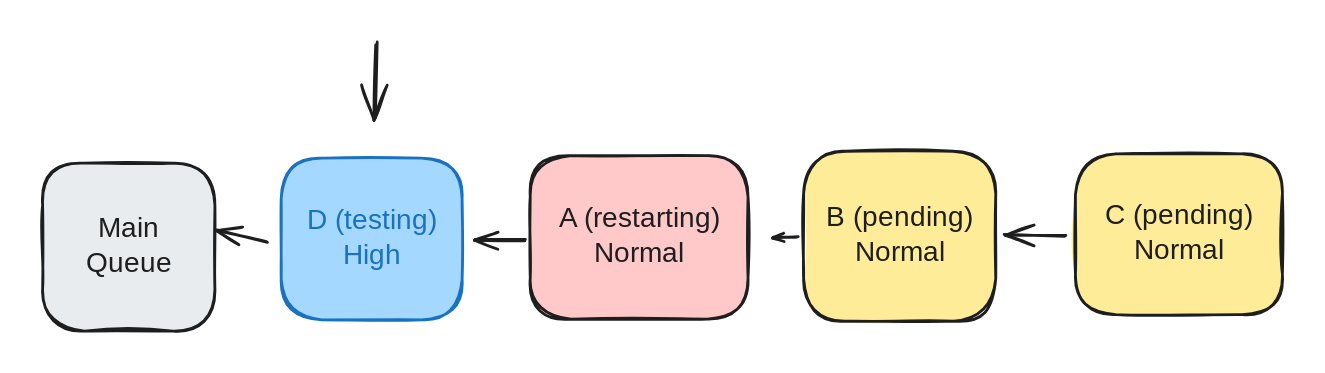
trunk-io/docs keeps this Excalidraw diagram as .gitbook/assets/file.excalidraw (2).svg. Above is the earlier version. Source tidied: one line per element, renumbered; positions are measured from the earlier drawing's top-left corner, leaving out a move shared by most shapes.
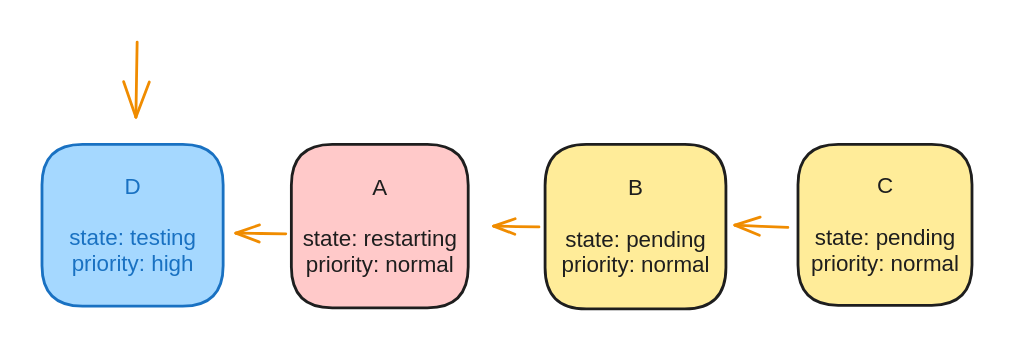
After the change.

The edit, as a diff of the source:
```diff
@@ -1,15 +1,12 @@
-{"id": 0, "type": "rectangle", "strokeColor": "#1e1e1e", "backgroundColor": "#e9ecef", "fillStyle": "solid", "strokeWidth": 2, "roughness": 1, "round": true, "x": 0, "y": 86, "width": 123, "height": 120}
-{"id": 1, "type": "text", "text": "Main\nQueue", "strokeColor": "#1e1e1e", "strokeWidth": 2, "roughness": 1, "fontSize": 20, "fontFamily": 1, "textAlign": "center", "verticalAlign": "middle", "inside": 0, "x": 32, "y": 121, "width": 59, "height": 50}
-{"id": 2, "type": "rectangle", "strokeColor": "#1e1e1e", "backgroundColor": "#ffc9c9", "fillStyle": "solid", "strokeWidth": 2, "roughness": 1, "round": true, "x": 349, "y": 81, "width": 156, "height": 117}
+{"id": 2, "type": "rectangle", "strokeColor": "#1e1e1e", "backgroundColor": "#ffc9c9", "fillStyle": "solid", "strokeWidth": 2, "roughness": 0, "round": true, "x": 349, "y": 73, "width": 126, "height": 117}
-{"id": 3, "type": "text", "text": "A (restarting)\nNormal", "strokeColor": "#1e1e1e", "strokeWidth": 2, "roughness": 1, "fontSize": 20, "fontFamily": 1, "textAlign": "center", "verticalAlign": "middle", "inside": 2, "x": 358, "y": 114, "width": 137, "height": 50}
+{"id": 3, "type": "text", "text": "A\n\nstate: restarting\npriority: normal", "strokeColor": "#1e1e1e", "strokeWidth": 2, "roughness": 1, "fontSize": 16, "fontFamily": 2, "textAlign": "center", "verticalAlign": "middle", "inside": 2, "x": 357, "y": 95, "width": 110, "height": 74}
-{"id": 4, "type": "arrow", "strokeColor": "#1e1e1e", "strokeWidth": 2, "roughness": 1, "endArrowhead": "arrow", "round": true, "from": 11, "to": 0, "x": 161, "y": 143, "width": 37, "height": 9, "points": [[0, 0], [-37, -9]]}
-{"id": 5, "type": "rectangle", "strokeColor": "#1e1e1e", "backgroundColor": "#ffec99", "fillStyle": "solid", "strokeWidth": 2, "roughness": 1, "round": true, "x": 544, "y": 77, "width": 137, "height": 122}
+{"id": 5, "type": "rectangle", "strokeColor": "#1e1e1e", "backgroundColor": "#ffec99", "fillStyle": "solid", "strokeWidth": 2, "roughness": 0, "round": true, "x": 530, "y": 73, "width": 129, "height": 118}
-{"id": 6, "type": "text", "text": "B (pending)\nNormal", "strokeColor": "#1e1e1e", "strokeWidth": 2, "roughness": 1, "fontSize": 20, "fontFamily": 1, "textAlign": "center", "verticalAlign": "middle", "inside": 5, "x": 561, "y": 113, "width": 105, "height": 50}
+{"id": 6, "type": "text", "text": "B\n\nstate: pending\npriority: normal", "strokeColor": "#1e1e1e", "strokeWidth": 2, "roughness": 1, "fontSize": 16, "fontFamily": 2, "textAlign": "center", "verticalAlign": "middle", "inside": 5, "x": 542, "y": 95, "width": 106, "height": 74}
-{"id": 7, "type": "arrow", "strokeColor": "#1e1e1e", "strokeWidth": 2, "roughness": 1, "endArrowhead": "arrow", "round": true, "from": 5, "to": 2, "x": 540, "y": 139, "width": 17, "height": 0, "points": [[0, 0], [-17, 0]]}
+{"id": 7, "type": "arrow", "strokeColor": "#f08c00", "strokeWidth": 2, "roughness": 0, "endArrowhead": "arrow", "round": true, "from": 5, "to": 2, "x": 526, "y": 132, "width": 32, "height": 1, "points": [[0, 0], [-32, -1]]}
-{"id": 8, "type": "rectangle", "strokeColor": "#1e1e1e", "backgroundColor": "#ffec99", "fillStyle": "solid", "strokeWidth": 2, "roughness": 1, "round": true, "x": 739, "y": 79, "width": 148, "height": 115}
+{"id": 8, "type": "rectangle", "strokeColor": "#1e1e1e", "backgroundColor": "#ffec99", "fillStyle": "solid", "strokeWidth": 2, "roughness": 0, "round": true, "x": 711, "y": 73, "width": 124, "height": 115}
-{"id": 9, "type": "text", "text": "C (pending)\nNormal", "strokeColor": "#1e1e1e", "strokeWidth": 2, "roughness": 1, "fontSize": 20, "fontFamily": 1, "textAlign": "center", "verticalAlign": "middle", "inside": 8, "x": 761, "y": 112, "width": 103, "height": 50}
+{"id": 9, "type": "text", "text": "C\n\nstate: pending\npriority: normal", "strokeColor": "#1e1e1e", "strokeWidth": 2, "roughness": 1, "fontSize": 16, "fontFamily": 2, "textAlign": "center", "verticalAlign": "middle", "inside": 8, "x": 720, "y": 94, "width": 106, "height": 74}
-{"id": 10, "type": "arrow", "strokeColor": "#1e1e1e", "strokeWidth": 2, "roughness": 1, "endArrowhead": "arrow", "round": true, "from": 8, "to": 5, "x": 731, "y": 138, "width": 43, "height": 2, "points": [[0, 0], [-43, -2]]}
+{"id": 10, "type": "arrow", "strokeColor": "#f08c00", "strokeWidth": 2, "roughness": 0, "endArrowhead": "arrow", "round": true, "from": 8, "to": 5, "x": 703, "y": 132, "width": 38, "height": 2, "points": [[0, 0], [-38, -2]]}
-{"id": 11, "type": "rectangle", "strokeColor": "#1971c2", "backgroundColor": "#a5d8ff", "fillStyle": "solid", "strokeWidth": 2, "roughness": 1, "round": true, "x": 171, "y": 82, "width": 129, "height": 116}
+{"id": 11, "type": "rectangle", "strokeColor": "#1971c2", "backgroundColor": "#a5d8ff", "fillStyle": "solid", "strokeWidth": 2, "roughness": 0, "round": true, "x": 171, "y": 73, "width": 129, "height": 116}
-{"id": 12, "type": "text", "text": "D (testing)\nHigh", "strokeColor": "#1971c2", "strokeWidth": 2, "roughness": 1, "fontSize": 20, "fontFamily": 1, "textAlign": "center", "verticalAlign": "middle", "inside": 11, "x": 181, "y": 115, "width": 109, "height": 50}
+{"id": 12, "type": "text", "text": "D\n\nstate: testing\npriority: high", "strokeColor": "#1971c2", "strokeWidth": 2, "roughness": 1, "fontSize": 16, "fontFamily": 2, "textAlign": "center", "verticalAlign": "middle", "inside": 11, "x": 190, "y": 94, "width": 91, "height": 74}
-{"id": 13, "type": "arrow", "strokeColor": "#1e1e1e", "strokeWidth": 2, "roughness": 1, "endArrowhead": "arrow", "round": true, "from": 2, "to": 11, "x": 345, "y": 141, "width": 36, "height": 0, "points": [[0, 0], [-36, 0]]}
+{"id": 13, "type": "arrow", "strokeColor": "#f08c00", "strokeWidth": 2, "roughness": 0, "endArrowhead": "arrow", "round": true, "from": 2, "to": 11, "x": 345, "y": 137, "width": 36, "height": 1, "points": [[0, 0], [-36, -1]]}
-{"id": 14, "type": "arrow", "strokeColor": "#1e1e1e", "strokeWidth": 2, "roughness": 1, "endArrowhead": "arrow", "round": true, "to": 11, "x": 239, "y": 0, "width": 1, "height": 54, "points": [[0, 0], [-1, 54]]}
+{"id": 14, "type": "arrow", "strokeColor": "#f08c00", "strokeWidth": 2, "roughness": 0, "endArrowhead": "arrow", "round": true, "to": 11, "x": 239, "y": 0, "width": 1, "height": 54, "points": [[0, 0], [-1, 54]]}
```
